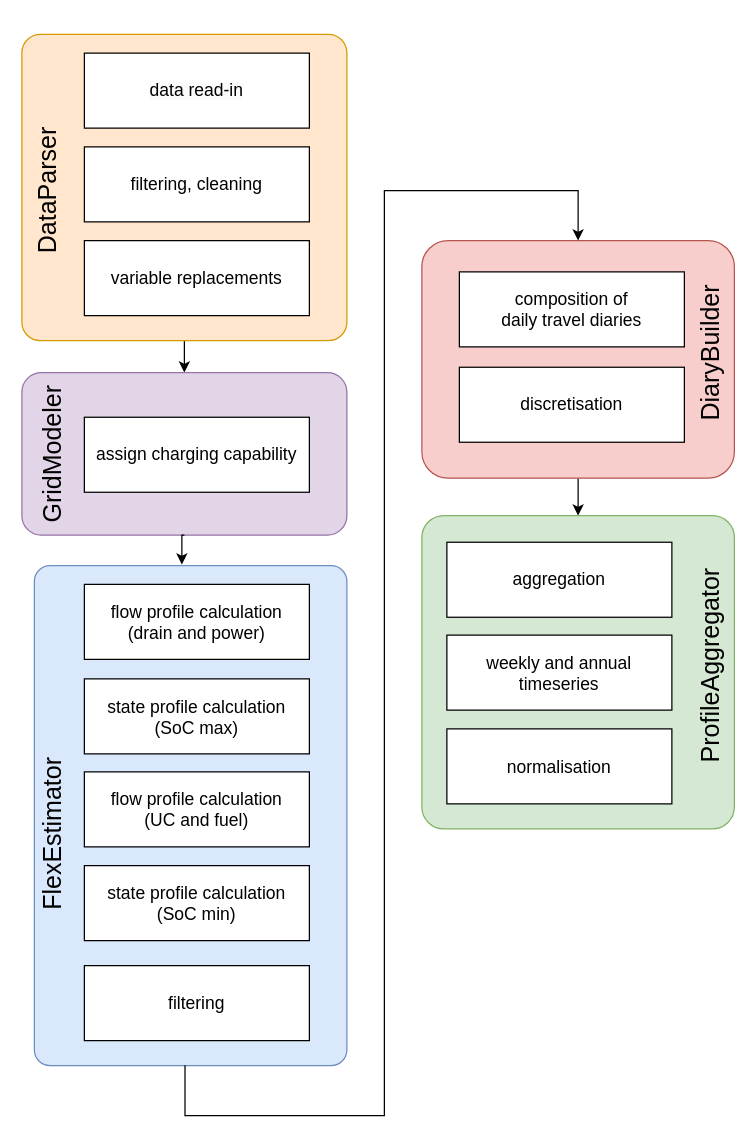
The draw.io diagram docs/figures/new_vencoPy_structure_simple.drawio in areleu/vencopy, before the edit. Source tidied: cells renumbered, new cells numbered last; positions are measured from the earlier drawing's top-left corner, leaving out a move shared by most shapes. Both pictures are drawn from the tidied source at 125%, with x=0, y=0 at pixel (-216, 34).
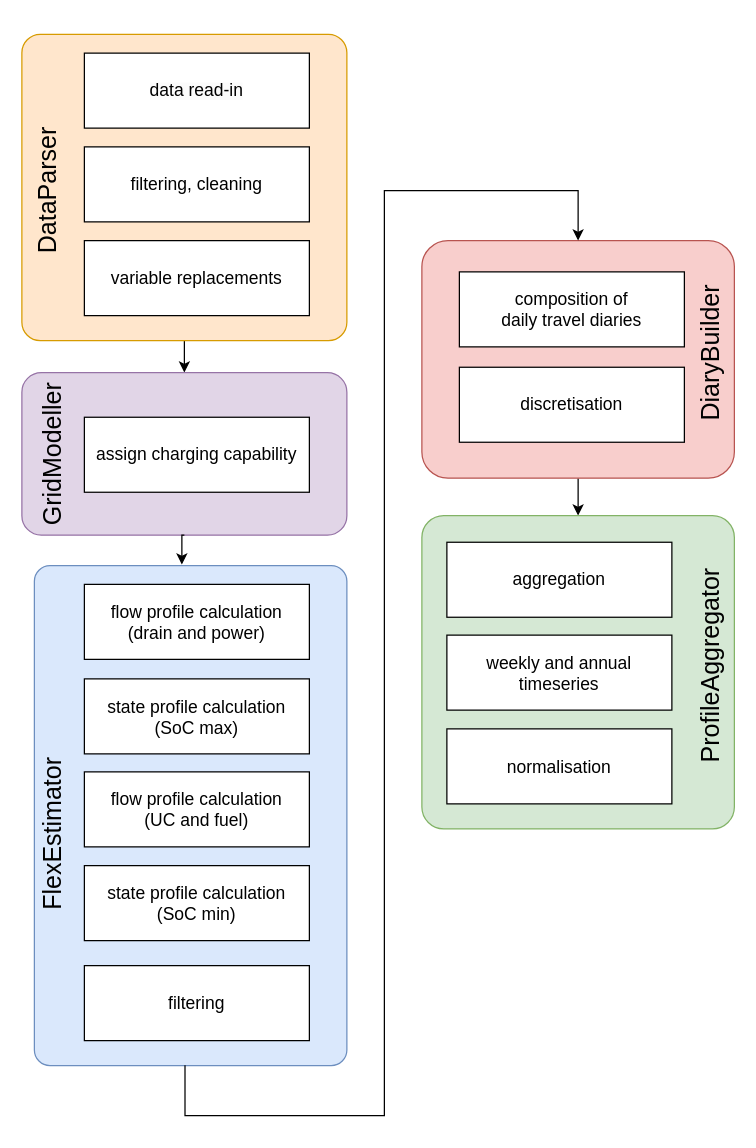
After the change.

Change to the diagram source:
```diff
@@
-    <mxCell id="11" value="GridModeler" style="text;html=1;strokeColor=none;fillColor=none;align=center;verticalAlign=middle;whiteSpace=wrap;rounded=0;fontSize=20;rotation=270;" parent="1" vertex="1">
+    <mxCell id="11" value="GridModeller" style="text;html=1;strokeColor=none;fillColor=none;align=center;verticalAlign=middle;whiteSpace=wrap;rounded=0;fontSize=20;rotation=270;" parent="1" vertex="1">
       <mxGeometry x="165.6" y="326.3" width="96.2" height="20" as="geometry" />
     </mxCell>
```
